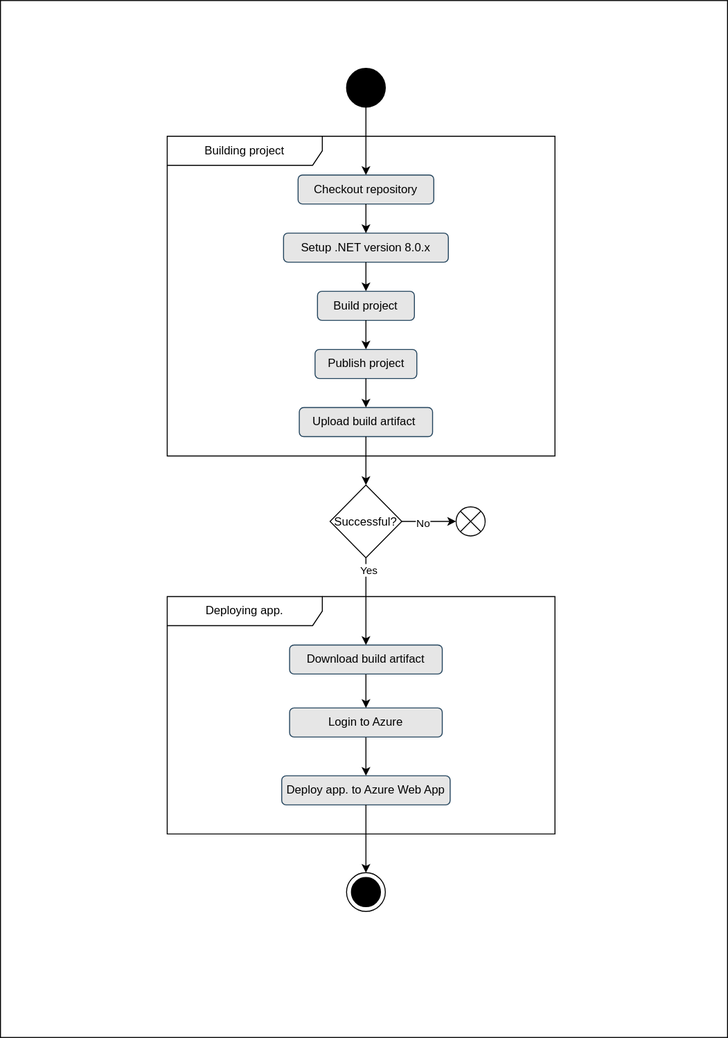
This is docs/Diagrams/deployment.svg from ITU-BDSA2024-GROUP22/Chirp, a draw.io export, as it was before one commit. Source tidied: cells renumbered, new cells last; positions are measured from the earlier drawing's top-left corner, leaving out a move shared by most shapes.
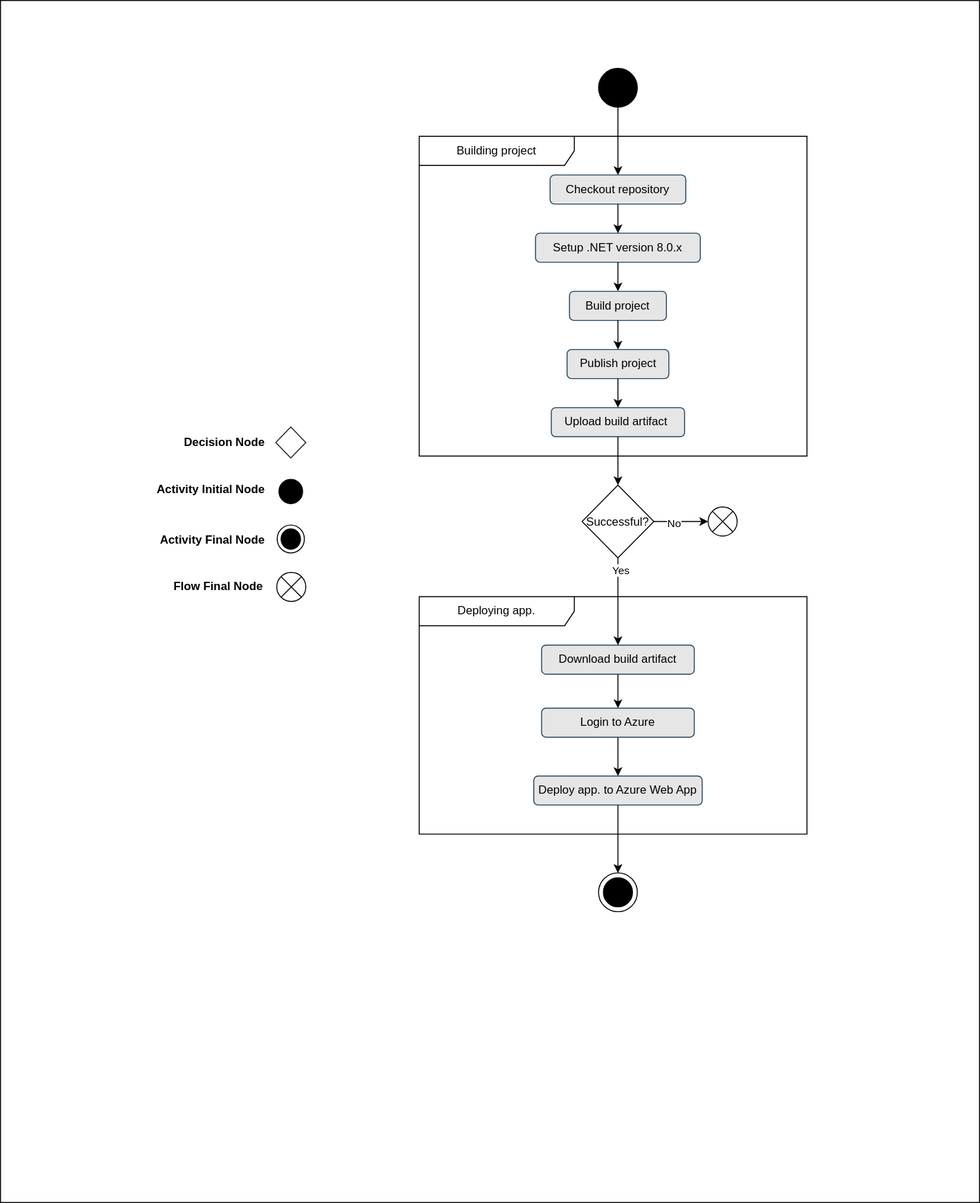
After the commit.

What changed in the source:
```diff
@@ -3,7 +3,7 @@
     <mxCell id="0" />
     <mxCell id="1" parent="0" />
     <mxCell id="2" style="rounded=0;whiteSpace=wrap;html=1;" parent="1" vertex="1">
-      <mxGeometry width="750" height="1070" as="geometry" />
+      <mxGeometry x="-260" width="1010" height="1240" as="geometry" />
     </mxCell>
     <mxCell id="3" style="edgeStyle=orthogonalEdgeStyle;rounded=0;jettySize=auto;html=1;exitX=0.5;exitY=1;exitDx=0;exitDy=0;entryX=0.5;entryY=0;entryDx=0;entryDy=0;" parent="1" edge="1" source="4" target="6">
       <mxGeometry relative="1" as="geometry" />
@@ -91,5 +91,32 @@
     <mxCell id="30" style="ellipse;whiteSpace=wrap;html=1;fillColor=#000000;" parent="1" vertex="1">
       <mxGeometry x="362" y="905" width="30" height="30" as="geometry" />
     </mxCell>
+    <mxCell id="31" style="group;" parent="1" vertex="1">
+      <mxGeometry x="-80" y="440" width="135" height="132" as="geometry" />
+    </mxCell>
+    <mxCell id="32" style="rhombus;whiteSpace=wrap;html=1;rounded=0;fillColor=#FFFFFF;strokeColor=#1F1F1F;" parent="31" vertex="1">
+      <mxGeometry x="104" width="31" height="31.9" as="geometry" />
+    </mxCell>
+    <mxCell id="33" style="ellipse;fillColor=strokeColor;html=1;strokeColor=#000000;" parent="31" vertex="1">
+      <mxGeometry x="107.3" y="54" width="24.4" height="25.1" as="geometry" />
+    </mxCell>
+    <mxCell id="34" style="ellipse;html=1;shape=endState;fillColor=strokeColor;rounded=1;strokeColor=#000000;" parent="31" vertex="1">
+      <mxGeometry x="105.5" y="101.1" width="28.1" height="28.9" as="geometry" />
+    </mxCell>
+    <mxCell id="35" value="Decision Node" style="text;html=1;align=right;verticalAlign=middle;strokeColor=none;fillColor=none;fontColor=#000000;fontStyle=1;" parent="31" vertex="1">
+      <mxGeometry x="-6" y="1" width="100" height="30" as="geometry" />
+    </mxCell>
+    <mxCell id="36" value="Activity Initial Node" style="text;html=1;align=right;verticalAlign=middle;strokeColor=none;fillColor=none;fontColor=#000000;fontStyle=1;" parent="31" vertex="1">
+      <mxGeometry x="-26" y="50" width="120" height="30" as="geometry" />
+    </mxCell>
+    <mxCell id="37" value="Activity Final Node" style="text;html=1;align=right;verticalAlign=middle;strokeColor=none;fillColor=none;fontColor=#000000;fontStyle=1;" parent="31" vertex="1">
+      <mxGeometry x="-26" y="102" width="120" height="30" as="geometry" />
+    </mxCell>
+    <mxCell id="38" style="shape=sumEllipse;perimeter=ellipsePerimeter;html=1;backgroundOutline=1;" parent="1" vertex="1">
+      <mxGeometry x="25" y="590" width="30" height="30" as="geometry" />
+    </mxCell>
+    <mxCell id="39" value="Flow Final Node" style="text;html=1;align=center;verticalAlign=middle;whiteSpace=wrap;rounded=0;fontStyle=1;" parent="1" vertex="1">
+      <mxGeometry x="-90" y="590" width="110" height="30" as="geometry" />
+    </mxCell>
   </root>
 </mxGraphModel>
```
